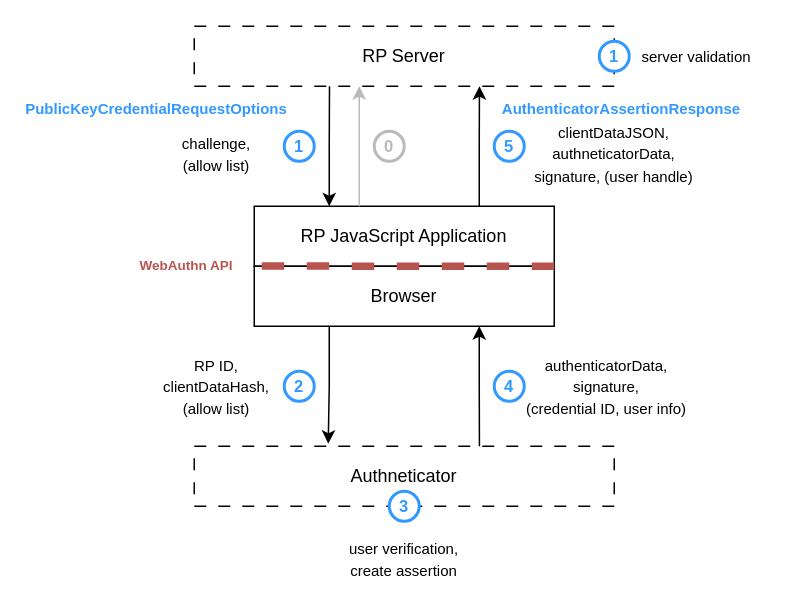
pokusew/fel-masters-thesis keeps this draw.io diagram as text/images/webauthn-flow-auth.drawio. Above is the earlier version. Source tidied: cells renumbered, new cells numbered last; positions are measured from the earlier drawing's top-left corner, leaving out a move shared by most shapes. Both pictures are drawn from the tidied source at 150%, with x=0, y=0 at pixel (104, 26).
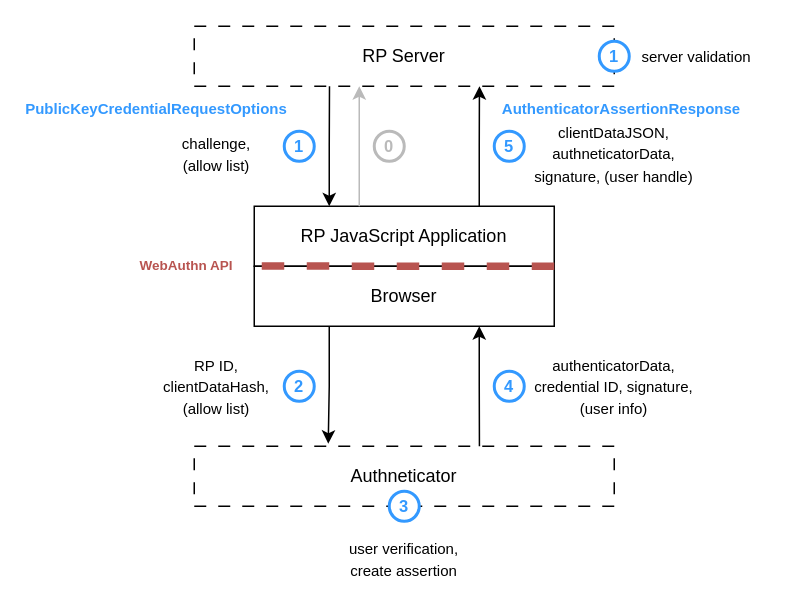
After the change.

Change to the diagram source:
```diff
@@
-    <mxCell id="20" value="&lt;span style=&quot;font-size: 10px;&quot;&gt;authenticatorData,&lt;br&gt;signature,&lt;/span&gt;&lt;div&gt;&lt;span style=&quot;font-size: 10px;&quot;&gt;(credential ID, user info)&lt;/span&gt;&lt;/div&gt;" style="text;html=1;align=center;verticalAlign=middle;whiteSpace=wrap;rounded=0;" parent="1" vertex="1">
-      <mxGeometry x="280" y="225" width="110" height="30" as="geometry" />
+    <mxCell id="20" value="&lt;span style=&quot;font-size: 10px;&quot;&gt;authenticatorData,&lt;br&gt;&lt;/span&gt;&lt;span style=&quot;font-size: 10px;&quot;&gt;credential ID,&amp;nbsp;&lt;/span&gt;&lt;span style=&quot;font-size: 10px;&quot;&gt;signature,&lt;/span&gt;&lt;div&gt;&lt;span style=&quot;font-size: 10px;&quot;&gt;(user info)&lt;/span&gt;&lt;/div&gt;" style="text;html=1;align=center;verticalAlign=middle;whiteSpace=wrap;rounded=0;" parent="1" vertex="1">
+      <mxGeometry x="285" y="225" width="110" height="30" as="geometry" />
     </mxCell>
```
